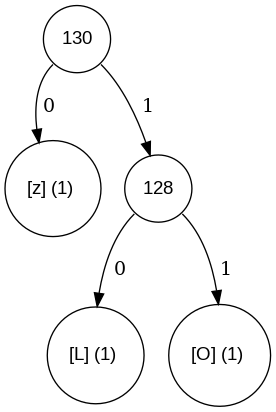
This is fil_rouge/codage/huffman/png/v_00002_tree.png from silvavds/aap, a Graphviz export, as it was before one commit. Its source is kept beside it as fil_rouge/codage/huffman/dot/v_00002_tree.dot. Its diagram source:
```dot
digraph tree {
	node [fontname="Arial", shape="circle", width=0.5];

130:sw -> 122 [label = " 0"];
122 [label = "[z] (1) "];
130:se -> 128 [label = " 1"];
128 [label = "128"];
128:sw -> 76 [label = " 0"];
76 [label = "[L] (1) "];
128:se -> 79 [label = " 1"];
79 [label = "[O] (1) "];
}
```
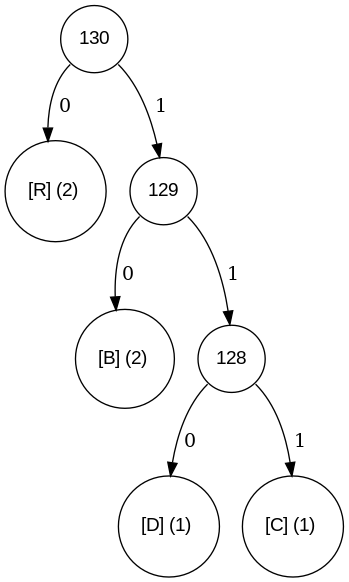
Above is the later version.

The edit, as a diff of the source:
```diff
@@ -1,12 +1,16 @@
 digraph tree {
 	node [fontname="Arial", shape="circle", width=0.5];
 
-130:sw -> 122 [label = " 0"];
-122 [label = "[z] (1) "];
-130:se -> 128 [label = " 1"];
+130:sw -> 82 [label = " 0"];
+82 [label = "[R] (2) "];
+130:se -> 129 [label = " 1"];
+129 [label = "129"];
+129:sw -> 66 [label = " 0"];
+66 [label = "[B] (2) "];
+129:se -> 128 [label = " 1"];
 128 [label = "128"];
-128:sw -> 76 [label = " 0"];
-76 [label = "[L] (1) "];
-128:se -> 79 [label = " 1"];
-79 [label = "[O] (1) "];
+128:se -> 67 [label = " 1"];
+67 [label = "[C] (1) "];
+128:sw -> 68 [label = " 0"];
+68 [label = "[D] (1) "];
 }
```
